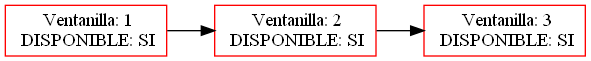
Earlier version of the Graphviz export ventanillas.png (hugosmhd/EDD_UDRAWING_202002793). Its source is kept beside it as ventanillas.dot.
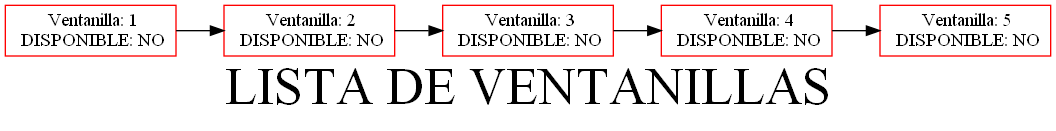
After the commit.

Change to the diagram source:
```diff
@@ -1,9 +1,15 @@
 digraph G {
 node[shape=box, color=red];
-nodo325040804[label=" Ventanilla: 1\n DISPONIBLE: SI"]
-nodo1173230247[label=" Ventanilla: 2\n DISPONIBLE: SI"]
-nodo856419764[label=" Ventanilla: 3\n DISPONIBLE: SI"]
-nodo325040804 -> nodo1173230247;
-nodo1173230247 -> nodo856419764;
+label="LISTA DE VENTANILLAS"
+fontsize = 40;
+nodo1304836502[label=" Ventanilla: 1\n DISPONIBLE: NO"]
+nodo225534817[label=" Ventanilla: 2\n DISPONIBLE: NO"]
+nodo1878246837[label=" Ventanilla: 3\n DISPONIBLE: NO"]
+nodo929338653[label=" Ventanilla: 4\n DISPONIBLE: NO"]
+nodo1259475182[label=" Ventanilla: 5\n DISPONIBLE: NO"]
+nodo1304836502 -> nodo225534817;
+nodo225534817 -> nodo1878246837;
+nodo1878246837 -> nodo929338653;
+nodo929338653 -> nodo1259475182;
 rankdir=LR;
 }
```
